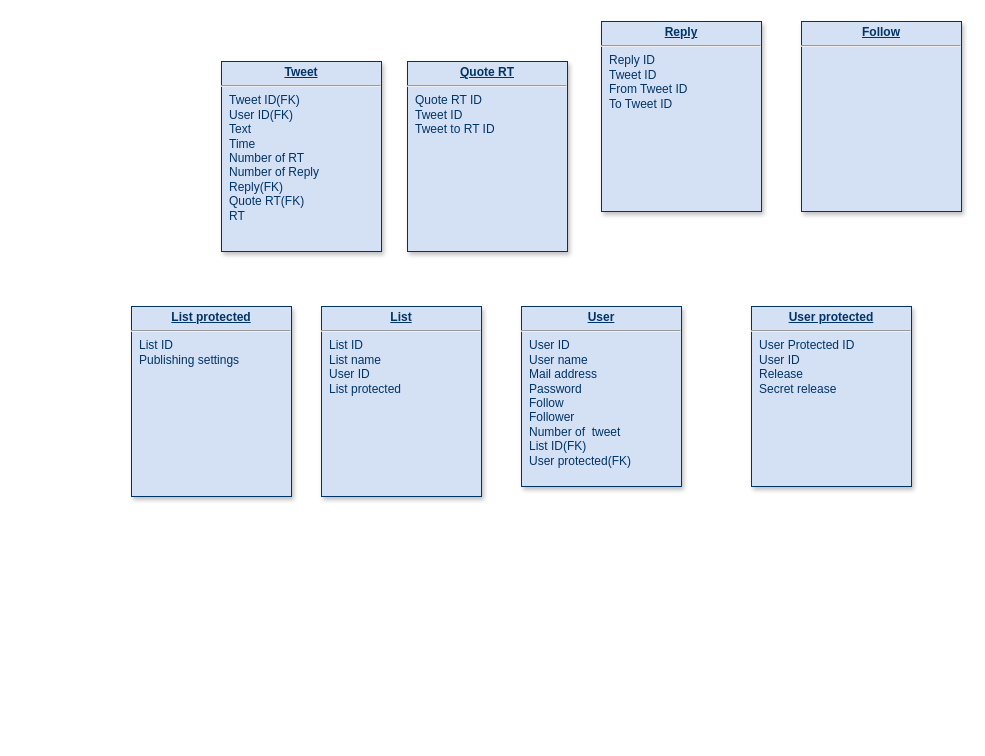
fuwa-syugyo/hello-world keeps this draw.io diagram as Untitled Diagram.drawio. Above is the earlier version. Source tidied: cells renumbered, new cells numbered last; positions are measured from the earlier drawing's top-left corner, leaving out a move shared by most shapes. Both pictures are drawn from the tidied source at 100%, with x=0, y=0 at pixel (131, 21).
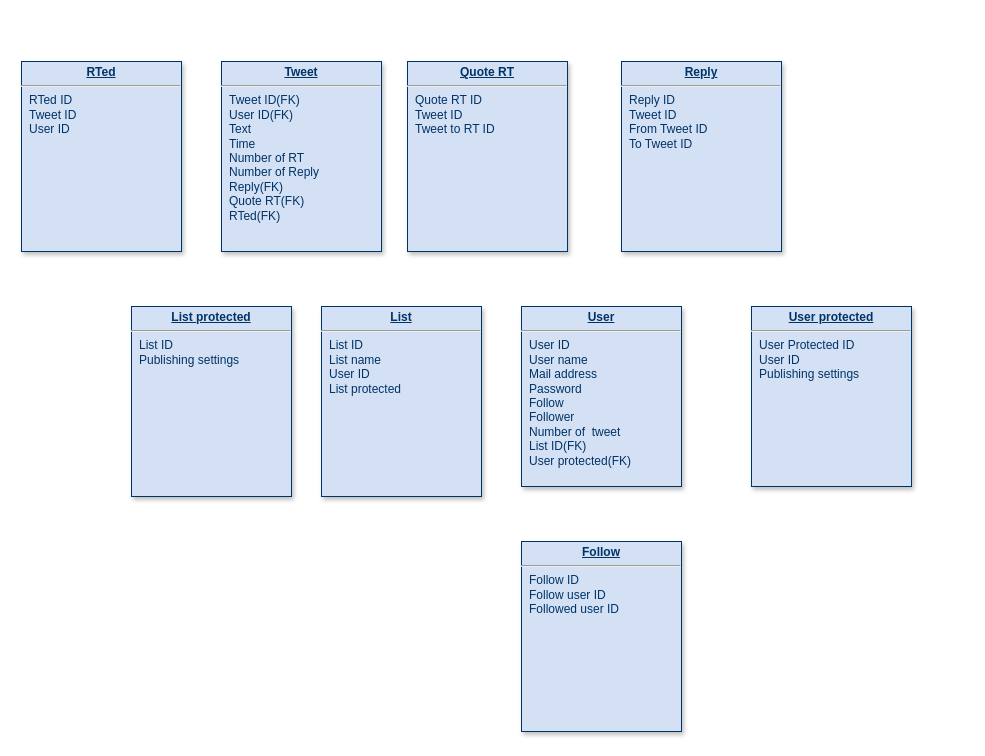
The same page after the edit.

Diff of the diagram source:
```diff
@@
 <mxGraphModel>
   <root>
     <mxCell id="0" />
     <mxCell id="1" parent="0" />
     <mxCell id="2" value="&lt;p style=&quot;margin: 0px ; margin-top: 4px ; text-align: center ; text-decoration: underline&quot;&gt;&lt;strong&gt;User&lt;/strong&gt;&lt;/p&gt;&lt;hr&gt;&lt;p style=&quot;margin: 0px ; margin-left: 8px&quot;&gt;User ID&lt;/p&gt;&lt;p style=&quot;margin: 0px ; margin-left: 8px&quot;&gt;User name&lt;/p&gt;&lt;p style=&quot;margin: 0px ; margin-left: 8px&quot;&gt;Mail address&lt;/p&gt;&lt;p style=&quot;margin: 0px ; margin-left: 8px&quot;&gt;Password&lt;/p&gt;&lt;p style=&quot;margin: 0px ; margin-left: 8px&quot;&gt;Follow&lt;/p&gt;&lt;p style=&quot;margin: 0px ; margin-left: 8px&quot;&gt;Follower&lt;/p&gt;&lt;p style=&quot;margin: 0px ; margin-left: 8px&quot;&gt;Number of&amp;nbsp; tweet&lt;/p&gt;&lt;p style=&quot;margin: 0px ; margin-left: 8px&quot;&gt;List ID(FK)&lt;/p&gt;&lt;p style=&quot;margin: 0px ; margin-left: 8px&quot;&gt;User protected(FK)&lt;/p&gt;&lt;p style=&quot;margin: 0px ; margin-left: 8px&quot;&gt;&lt;br&gt;&lt;/p&gt;" style="verticalAlign=top;align=left;overflow=fill;fontSize=12;fontFamily=Helvetica;html=1;strokeColor=#003366;shadow=1;fillColor=#D4E1F5;fontColor=#003366;" parent="1" vertex="1">
       <mxGeometry x="390" y="285" width="160" height="180" as="geometry" />
     </mxCell>
-    <mxCell id="3" value="&lt;p style=&quot;margin: 0px ; margin-top: 4px ; text-align: center ; text-decoration: underline&quot;&gt;&lt;strong&gt;Tweet&lt;/strong&gt;&lt;/p&gt;&lt;hr&gt;&lt;p style=&quot;margin: 0px ; margin-left: 8px&quot;&gt;Tweet ID(FK)&lt;/p&gt;&lt;p style=&quot;margin: 0px ; margin-left: 8px&quot;&gt;User ID(FK)&lt;/p&gt;&lt;p style=&quot;margin: 0px ; margin-left: 8px&quot;&gt;Text&lt;/p&gt;&lt;p style=&quot;margin: 0px ; margin-left: 8px&quot;&gt;Time&lt;/p&gt;&lt;p style=&quot;margin: 0px ; margin-left: 8px&quot;&gt;Number of RT&lt;/p&gt;&lt;p style=&quot;margin: 0px ; margin-left: 8px&quot;&gt;Number of Reply&lt;/p&gt;&lt;p style=&quot;margin: 0px ; margin-left: 8px&quot;&gt;Reply(FK)&lt;/p&gt;&lt;p style=&quot;margin: 0px ; margin-left: 8px&quot;&gt;Quote RT(FK)&lt;/p&gt;&lt;p style=&quot;margin: 0px ; margin-left: 8px&quot;&gt;RT&lt;/p&gt;" style="verticalAlign=top;align=left;overflow=fill;fontSize=12;fontFamily=Helvetica;html=1;strokeColor=#003366;shadow=1;fillColor=#D4E1F5;fontColor=#003366;" parent="1" vertex="1">
+    <mxCell id="3" value="&lt;p style=&quot;margin: 0px ; margin-top: 4px ; text-align: center ; text-decoration: underline&quot;&gt;&lt;strong&gt;Tweet&lt;/strong&gt;&lt;/p&gt;&lt;hr&gt;&lt;p style=&quot;margin: 0px ; margin-left: 8px&quot;&gt;Tweet ID(FK)&lt;/p&gt;&lt;p style=&quot;margin: 0px ; margin-left: 8px&quot;&gt;User ID(FK)&lt;/p&gt;&lt;p style=&quot;margin: 0px ; margin-left: 8px&quot;&gt;Text&lt;/p&gt;&lt;p style=&quot;margin: 0px ; margin-left: 8px&quot;&gt;Time&lt;/p&gt;&lt;p style=&quot;margin: 0px ; margin-left: 8px&quot;&gt;Number of RT&lt;/p&gt;&lt;p style=&quot;margin: 0px ; margin-left: 8px&quot;&gt;Number of Reply&lt;/p&gt;&lt;p style=&quot;margin: 0px ; margin-left: 8px&quot;&gt;Reply(FK)&lt;/p&gt;&lt;p style=&quot;margin: 0px ; margin-left: 8px&quot;&gt;Quote RT(FK)&lt;/p&gt;&lt;p style=&quot;margin: 0px ; margin-left: 8px&quot;&gt;RTed(FK)&lt;/p&gt;" style="verticalAlign=top;align=left;overflow=fill;fontSize=12;fontFamily=Helvetica;html=1;strokeColor=#003366;shadow=1;fillColor=#D4E1F5;fontColor=#003366;" parent="1" vertex="1">
       <mxGeometry x="90" y="40" width="160" height="190" as="geometry" />
     </mxCell>
     <mxCell id="4" value="&lt;p style=&quot;margin: 0px ; margin-top: 4px ; text-align: center ; text-decoration: underline&quot;&gt;&lt;b&gt;List&lt;/b&gt;&lt;/p&gt;&lt;hr&gt;&lt;p style=&quot;margin: 0px ; margin-left: 8px&quot;&gt;List ID&lt;/p&gt;&lt;p style=&quot;margin: 0px ; margin-left: 8px&quot;&gt;List name&lt;/p&gt;&lt;p style=&quot;margin: 0px ; margin-left: 8px&quot;&gt;User ID&lt;/p&gt;&lt;p style=&quot;margin: 0px ; margin-left: 8px&quot;&gt;List protected&lt;/p&gt;" style="verticalAlign=top;align=left;overflow=fill;fontSize=12;fontFamily=Helvetica;html=1;strokeColor=#003366;shadow=1;fillColor=#D4E1F5;fontColor=#003366;" parent="1" vertex="1">
       <mxGeometry x="190" y="285" width="160" height="190" as="geometry" />
     </mxCell>
-    <mxCell id="5" value="&lt;p style=&quot;margin: 0px ; margin-top: 4px ; text-align: center ; text-decoration: underline&quot;&gt;&lt;b&gt;Follow&lt;/b&gt;&lt;/p&gt;&lt;hr&gt;&lt;p style=&quot;margin: 0px ; margin-left: 8px&quot;&gt;&lt;br&gt;&lt;/p&gt;" style="verticalAlign=top;align=left;overflow=fill;fontSize=12;fontFamily=Helvetica;html=1;strokeColor=#003366;shadow=1;fillColor=#D4E1F5;fontColor=#003366;" parent="1" vertex="1">
-      <mxGeometry x="670" width="160" height="190" as="geometry" />
+    <mxCell id="5" value="&lt;p style=&quot;margin: 0px ; margin-top: 4px ; text-align: center ; text-decoration: underline&quot;&gt;&lt;b&gt;Follow&lt;/b&gt;&lt;/p&gt;&lt;hr&gt;&lt;p style=&quot;margin: 0px ; margin-left: 8px&quot;&gt;Follow ID&lt;/p&gt;&lt;p style=&quot;margin: 0px ; margin-left: 8px&quot;&gt;Follow user ID&lt;/p&gt;&lt;p style=&quot;margin: 0px ; margin-left: 8px&quot;&gt;Followed user ID&lt;/p&gt;" style="verticalAlign=top;align=left;overflow=fill;fontSize=12;fontFamily=Helvetica;html=1;strokeColor=#003366;shadow=1;fillColor=#D4E1F5;fontColor=#003366;" parent="1" vertex="1">
+      <mxGeometry x="390" y="520" width="160" height="190" as="geometry" />
     </mxCell>
     <mxCell id="6" value="&lt;p style=&quot;margin: 0px ; margin-top: 4px ; text-align: center ; text-decoration: underline&quot;&gt;&lt;b&gt;List protected&lt;/b&gt;&lt;/p&gt;&lt;hr&gt;&lt;p style=&quot;margin: 0px ; margin-left: 8px&quot;&gt;List ID&lt;/p&gt;&lt;p style=&quot;margin: 0px ; margin-left: 8px&quot;&gt;Publishing settings&lt;/p&gt;" style="verticalAlign=top;align=left;overflow=fill;fontSize=12;fontFamily=Helvetica;html=1;strokeColor=#003366;shadow=1;fillColor=#D4E1F5;fontColor=#003366;" parent="1" vertex="1">
       <mxGeometry y="285" width="160" height="190" as="geometry" />
     </mxCell>
-    <mxCell id="7" value="&lt;p style=&quot;margin: 0px ; margin-top: 4px ; text-align: center ; text-decoration: underline&quot;&gt;&lt;strong&gt;User protected&lt;/strong&gt;&lt;/p&gt;&lt;hr&gt;&lt;p style=&quot;margin: 0px ; margin-left: 8px&quot;&gt;User Protected ID&lt;/p&gt;&lt;p style=&quot;margin: 0px ; margin-left: 8px&quot;&gt;User ID&lt;/p&gt;&lt;p style=&quot;margin: 0px ; margin-left: 8px&quot;&gt;Release&lt;/p&gt;&lt;p style=&quot;margin: 0px ; margin-left: 8px&quot;&gt;Secret release&lt;/p&gt;&lt;p style=&quot;margin: 0px ; margin-left: 8px&quot;&gt;&lt;br&gt;&lt;/p&gt;" style="verticalAlign=top;align=left;overflow=fill;fontSize=12;fontFamily=Helvetica;html=1;strokeColor=#003366;shadow=1;fillColor=#D4E1F5;fontColor=#003366;" parent="1" vertex="1">
+    <mxCell id="7" value="&lt;p style=&quot;margin: 0px ; margin-top: 4px ; text-align: center ; text-decoration: underline&quot;&gt;&lt;strong&gt;User protected&lt;/strong&gt;&lt;/p&gt;&lt;hr&gt;&lt;p style=&quot;margin: 0px ; margin-left: 8px&quot;&gt;User Protected ID&lt;/p&gt;&lt;p style=&quot;margin: 0px ; margin-left: 8px&quot;&gt;User ID&lt;/p&gt;&lt;p style=&quot;margin: 0px ; margin-left: 8px&quot;&gt;Publishing settings&lt;br&gt;&lt;/p&gt;&lt;p style=&quot;margin: 0px ; margin-left: 8px&quot;&gt;&lt;br&gt;&lt;/p&gt;" style="verticalAlign=top;align=left;overflow=fill;fontSize=12;fontFamily=Helvetica;html=1;strokeColor=#003366;shadow=1;fillColor=#D4E1F5;fontColor=#003366;" parent="1" vertex="1">
       <mxGeometry x="620" y="285" width="160" height="180" as="geometry" />
     </mxCell>
     <mxCell id="8" value="&lt;p style=&quot;margin: 0px ; margin-top: 4px ; text-align: center ; text-decoration: underline&quot;&gt;&lt;b&gt;Reply&lt;/b&gt;&lt;/p&gt;&lt;hr&gt;&lt;p style=&quot;margin: 0px ; margin-left: 8px&quot;&gt;Reply ID&lt;/p&gt;&lt;p style=&quot;margin: 0px ; margin-left: 8px&quot;&gt;Tweet ID&lt;/p&gt;&lt;p style=&quot;margin: 0px ; margin-left: 8px&quot;&gt;From Tweet ID&lt;/p&gt;&lt;p style=&quot;margin: 0px ; margin-left: 8px&quot;&gt;To Tweet ID&lt;/p&gt;" style="verticalAlign=top;align=left;overflow=fill;fontSize=12;fontFamily=Helvetica;html=1;strokeColor=#003366;shadow=1;fillColor=#D4E1F5;fontColor=#003366;" parent="1" vertex="1">
-      <mxGeometry x="470" width="160" height="190" as="geometry" />
+      <mxGeometry x="490" y="40" width="160" height="190" as="geometry" />
     </mxCell>
     <mxCell id="9" value="&lt;p style=&quot;margin: 0px ; margin-top: 4px ; text-align: center ; text-decoration: underline&quot;&gt;&lt;b&gt;Quote RT&lt;/b&gt;&lt;/p&gt;&lt;hr&gt;&lt;p style=&quot;margin: 0px ; margin-left: 8px&quot;&gt;Quote RT ID&lt;/p&gt;&lt;p style=&quot;margin: 0px ; margin-left: 8px&quot;&gt;Tweet ID&lt;/p&gt;&lt;p style=&quot;margin: 0px ; margin-left: 8px&quot;&gt;Tweet to RT ID&lt;/p&gt;" style="verticalAlign=top;align=left;overflow=fill;fontSize=12;fontFamily=Helvetica;html=1;strokeColor=#003366;shadow=1;fillColor=#D4E1F5;fontColor=#003366;" parent="1" vertex="1">
       <mxGeometry x="276" y="40" width="160" height="190" as="geometry" />
     </mxCell>
+    <mxCell id="10" value="&lt;p style=&quot;margin: 0px ; margin-top: 4px ; text-align: center ; text-decoration: underline&quot;&gt;&lt;b&gt;RTed&lt;/b&gt;&lt;/p&gt;&lt;hr&gt;&lt;p style=&quot;margin: 0px ; margin-left: 8px&quot;&gt;RTed ID&lt;/p&gt;&lt;p style=&quot;margin: 0px ; margin-left: 8px&quot;&gt;Tweet ID&lt;/p&gt;&lt;p style=&quot;margin: 0px ; margin-left: 8px&quot;&gt;User ID&lt;/p&gt;" style="verticalAlign=top;align=left;overflow=fill;fontSize=12;fontFamily=Helvetica;html=1;strokeColor=#003366;shadow=1;fillColor=#D4E1F5;fontColor=#003366;" parent="1" vertex="1">
+      <mxGeometry x="-110" y="40" width="160" height="190" as="geometry" />
+    </mxCell>
   </root>
 </mxGraphModel>
```
